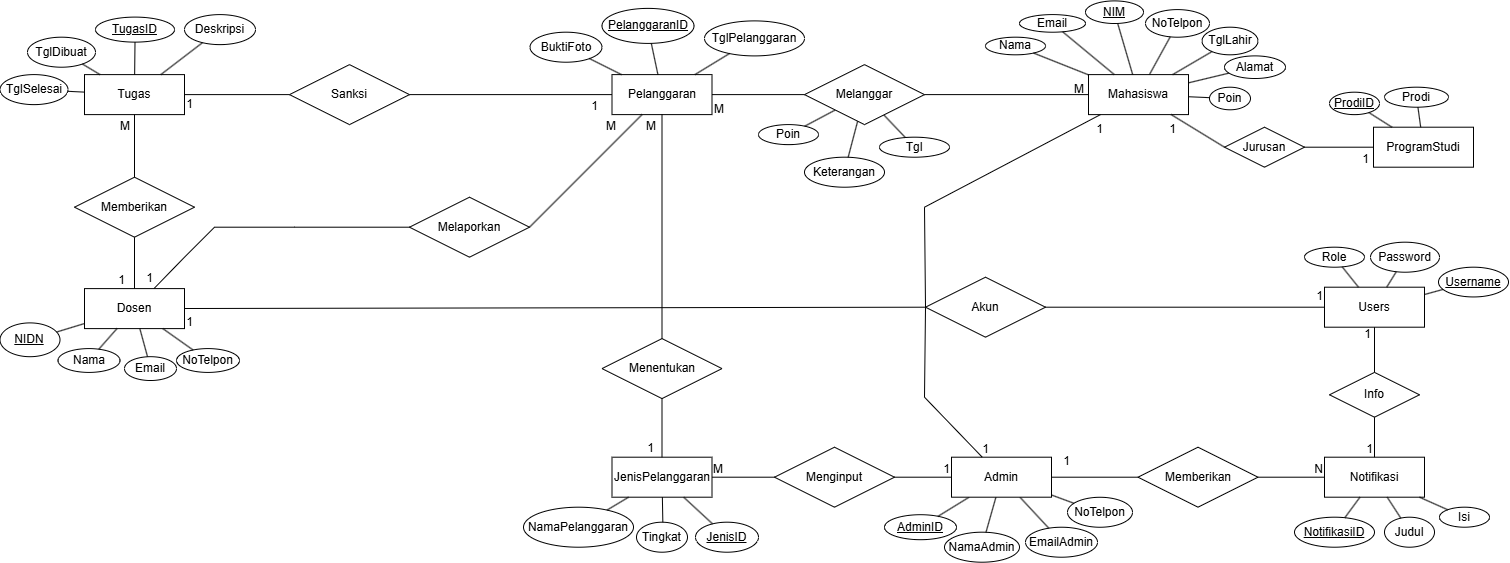
Above: database/PBL ERD REVISI.png in Maeeveee/PBL (draw.io), before the change. Source tidied: cells renumbered, new cells last; positions are measured from the earlier drawing's top-left corner, leaving out a move shared by most shapes.
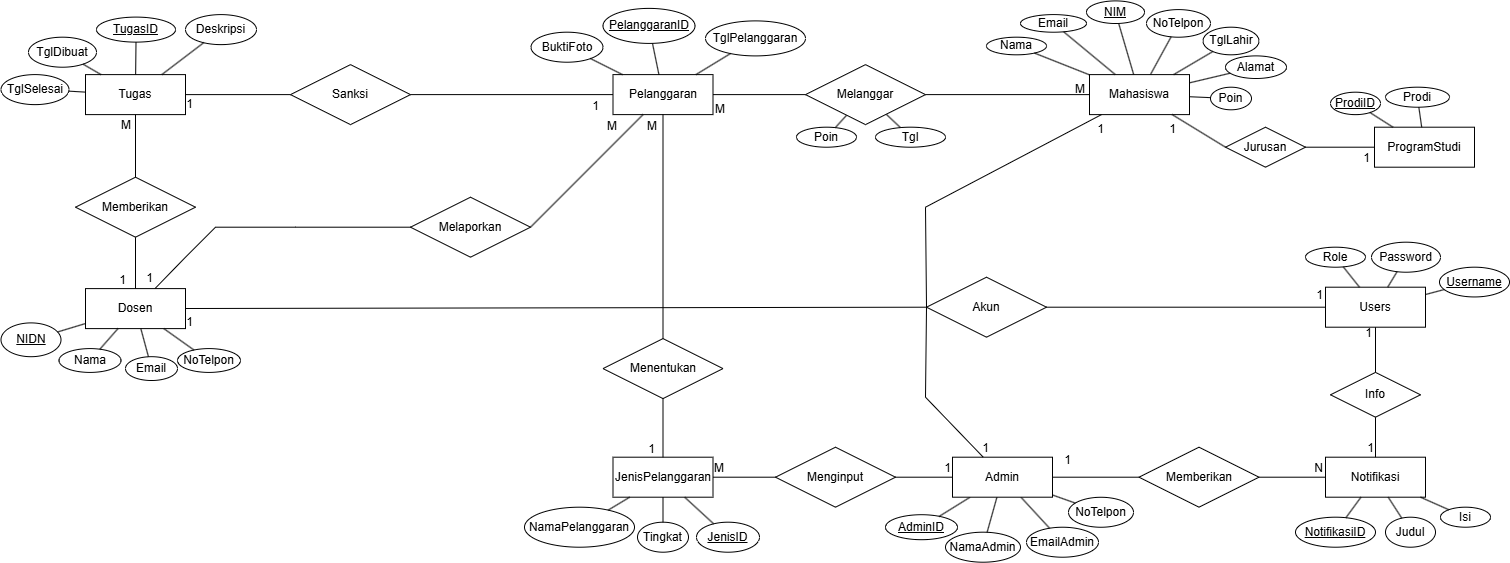
After the change.

Change to the diagram source:
```diff
@@ -96,23 +96,17 @@
       <mxGeometry x="952" y="456.7" width="100" height="40" as="geometry" />
     </mxCell>
     <mxCell id="33" value="Poin" style="ellipse;whiteSpace=wrap;html=1;align=center;" parent="1" vertex="1">
-      <mxGeometry x="759" y="124.1" width="60" height="20" as="geometry" />
+      <mxGeometry x="796" y="126.7" width="60" height="20" as="geometry" />
     </mxCell>
     <mxCell id="34" value="Tgl" style="ellipse;whiteSpace=wrap;html=1;align=center;" parent="1" vertex="1">
-      <mxGeometry x="880" y="136.7" width="70" height="20" as="geometry" />
+      <mxGeometry x="875" y="126.7" width="70" height="20" as="geometry" />
     </mxCell>
-    <mxCell id="35" value="Keterangan" style="ellipse;whiteSpace=wrap;html=1;align=center;" parent="1" vertex="1">
-      <mxGeometry x="805" y="156.7" width="80" height="30" as="geometry" />
-    </mxCell>
     <mxCell id="36" style="endArrow=none;html=1;rounded=0;" parent="1" edge="1" source="33" target="69">
       <mxGeometry relative="1" as="geometry" />
     </mxCell>
     <mxCell id="37" style="endArrow=none;html=1;rounded=0;" parent="1" edge="1" source="34" target="69">
       <mxGeometry relative="1" as="geometry" />
     </mxCell>
-    <mxCell id="38" style="endArrow=none;html=1;rounded=0;" parent="1" edge="1" source="35" target="69">
-      <mxGeometry relative="1" as="geometry" />
-    </mxCell>
     <mxCell id="39" value="Tugas" style="whiteSpace=wrap;html=1;align=center;" parent="1" vertex="1">
       <mxGeometry x="85" y="74.1" width="100" height="40" as="geometry" />
     </mxCell>
```
